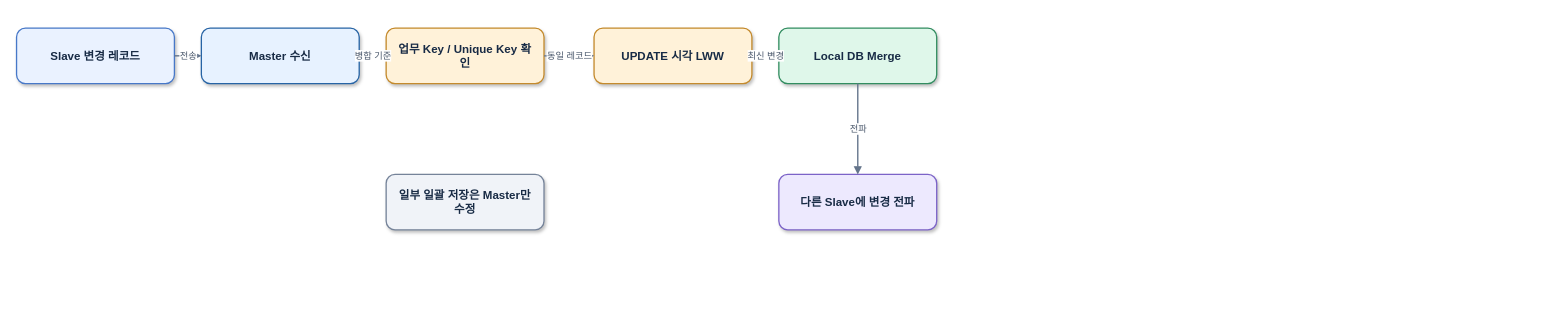
Earlier version of the draw.io diagram diagrams/bluetooth-merge.drawio (kimjihyeon99/engineering-portfolio). Source tidied: cells renumbered, new cells numbered last; positions are measured from the earlier drawing's top-left corner, leaving out a move shared by most shapes. Both pictures are drawn from the tidied source at 77%, with x=0, y=0 at pixel (16, 28).
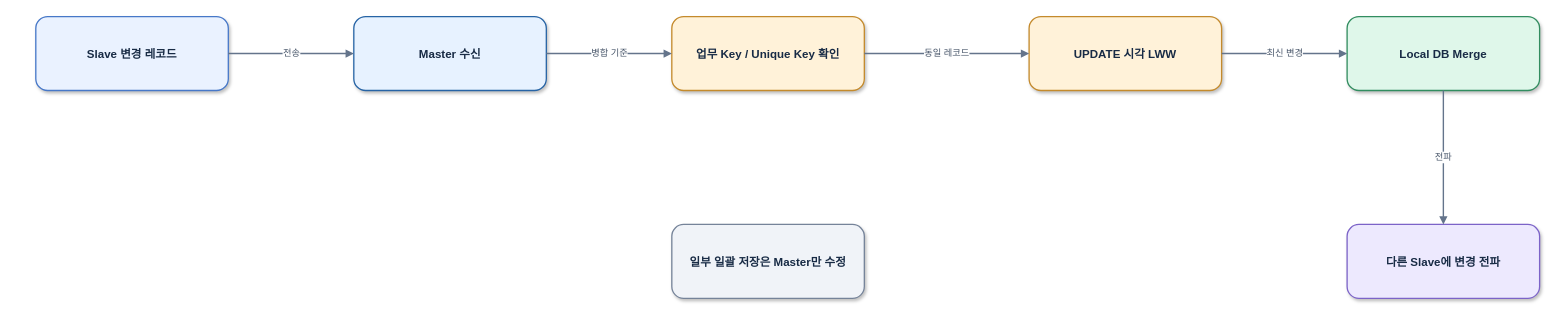
The same page after the edit.

Commit message:
Increase diagram spacing and label clearance

The edit, as a diff of the source:
```diff
@@
 <mxGraphModel>
   <root>
     <mxCell id="0" />
     <mxCell id="1" parent="0" />
     <mxCell id="2" value="Slave 변경 레코드" style="rounded=1;arcSize=16;whiteSpace=wrap;html=1;fillColor=#EAF2FF;strokeColor=#4778C8;strokeWidth=1.7;fontColor=#182B45;fontFamily=Helvetica;fontSize=15;fontStyle=1;align=center;verticalAlign=middle;spacing=12;shadow=1;" parent="1" vertex="1">
-      <mxGeometry width="205" height="72" as="geometry" />
+      <mxGeometry x="25" y="-15" width="250" height="96" as="geometry" />
     </mxCell>
     <mxCell id="3" value="Master 수신" style="rounded=1;arcSize=16;whiteSpace=wrap;html=1;fillColor=#E7F2FF;strokeColor=#2764A5;strokeWidth=1.7;fontColor=#182B45;fontFamily=Helvetica;fontSize=15;fontStyle=1;align=center;verticalAlign=middle;spacing=12;shadow=1;" parent="1" vertex="1">
-      <mxGeometry x="240" width="205" height="72" as="geometry" />
+      <mxGeometry x="438" y="-15" width="250" height="96" as="geometry" />
     </mxCell>
     <mxCell id="4" value="업무 Key / Unique Key 확인" style="rounded=1;arcSize=16;whiteSpace=wrap;html=1;fillColor=#FFF2D9;strokeColor=#C48A2C;strokeWidth=1.7;fontColor=#182B45;fontFamily=Helvetica;fontSize=15;fontStyle=1;align=center;verticalAlign=middle;spacing=12;shadow=1;" parent="1" vertex="1">
-      <mxGeometry x="480" width="205" height="72" as="geometry" />
+      <mxGeometry x="851" y="-15" width="250" height="96" as="geometry" />
     </mxCell>
     <mxCell id="5" value="UPDATE 시각 LWW" style="rounded=1;arcSize=16;whiteSpace=wrap;html=1;fillColor=#FFF2D9;strokeColor=#C48A2C;strokeWidth=1.7;fontColor=#182B45;fontFamily=Helvetica;fontSize=15;fontStyle=1;align=center;verticalAlign=middle;spacing=12;shadow=1;" parent="1" vertex="1">
-      <mxGeometry x="750" width="205" height="72" as="geometry" />
+      <mxGeometry x="1315" y="-15" width="250" height="96" as="geometry" />
     </mxCell>
     <mxCell id="6" value="Local DB Merge" style="rounded=1;arcSize=16;whiteSpace=wrap;html=1;fillColor=#DFF7EA;strokeColor=#328D60;strokeWidth=1.7;fontColor=#182B45;fontFamily=Helvetica;fontSize=15;fontStyle=1;align=center;verticalAlign=middle;spacing=12;shadow=1;" parent="1" vertex="1">
-      <mxGeometry x="990" width="205" height="72" as="geometry" />
+      <mxGeometry x="1728" y="-15" width="250" height="96" as="geometry" />
     </mxCell>
     <mxCell id="7" value="다른 Slave에 변경 전파" style="rounded=1;arcSize=16;whiteSpace=wrap;html=1;fillColor=#EDE9FE;strokeColor=#7C63C8;strokeWidth=1.7;fontColor=#182B45;fontFamily=Helvetica;fontSize=15;fontStyle=1;align=center;verticalAlign=middle;spacing=12;shadow=1;" parent="1" vertex="1">
-      <mxGeometry x="990" y="190" width="205" height="72" as="geometry" />
+      <mxGeometry x="1728" y="255" width="250" height="96" as="geometry" />
     </mxCell>
     <mxCell id="8" value="일부 일괄 저장은 Master만 수정" style="rounded=1;arcSize=16;whiteSpace=wrap;html=1;fillColor=#F0F3F8;strokeColor=#758399;strokeWidth=1.7;fontColor=#182B45;fontFamily=Helvetica;fontSize=15;fontStyle=1;align=center;verticalAlign=middle;spacing=12;shadow=1;" parent="1" vertex="1">
-      <mxGeometry x="480" y="190" width="205" height="72" as="geometry" />
+      <mxGeometry x="851" y="255" width="250" height="96" as="geometry" />
     </mxCell>
-    <mxCell id="9" value="전송" style="edgeStyle=orthogonalEdgeStyle;rounded=1;html=1;endArrow=block;endFill=1;strokeColor=#64748B;strokeWidth=1.8;fontSize=12;fontColor=#475569;labelBackgroundColor=#FFFFFF;" parent="1" edge="1" source="2" target="3">
+    <mxCell id="9" value="전송" style="edgeStyle=orthogonalEdgeStyle;rounded=1;html=1;endArrow=block;endFill=1;strokeColor=#64748B;strokeWidth=1.8;fontSize=12;fontColor=#475569;labelBackgroundColor=#FFFFFF;spacing=10;" parent="1" edge="1" source="2" target="3">
       <mxGeometry relative="1" as="geometry" />
     </mxCell>
-    <mxCell id="10" value="병합 기준" style="edgeStyle=orthogonalEdgeStyle;rounded=1;html=1;endArrow=block;endFill=1;strokeColor=#64748B;strokeWidth=1.8;fontSize=12;fontColor=#475569;labelBackgroundColor=#FFFFFF;" parent="1" edge="1" source="3" target="4">
+    <mxCell id="10" value="병합 기준" style="edgeStyle=orthogonalEdgeStyle;rounded=1;html=1;endArrow=block;endFill=1;strokeColor=#64748B;strokeWidth=1.8;fontSize=12;fontColor=#475569;labelBackgroundColor=#FFFFFF;spacing=10;" parent="1" edge="1" source="3" target="4">
       <mxGeometry relative="1" as="geometry" />
     </mxCell>
-    <mxCell id="11" value="동일 레코드" style="edgeStyle=orthogonalEdgeStyle;rounded=1;html=1;endArrow=block;endFill=1;strokeColor=#64748B;strokeWidth=1.8;fontSize=12;fontColor=#475569;labelBackgroundColor=#FFFFFF;" parent="1" edge="1" source="4" target="5">
+    <mxCell id="11" value="동일 레코드" style="edgeStyle=orthogonalEdgeStyle;rounded=1;html=1;endArrow=block;endFill=1;strokeColor=#64748B;strokeWidth=1.8;fontSize=12;fontColor=#475569;labelBackgroundColor=#FFFFFF;spacing=10;" parent="1" edge="1" source="4" target="5">
       <mxGeometry relative="1" as="geometry" />
     </mxCell>
-    <mxCell id="12" value="최신 변경" style="edgeStyle=orthogonalEdgeStyle;rounded=1;html=1;endArrow=block;endFill=1;strokeColor=#64748B;strokeWidth=1.8;fontSize=12;fontColor=#475569;labelBackgroundColor=#FFFFFF;" parent="1" edge="1" source="5" target="6">
+    <mxCell id="12" value="최신 변경" style="edgeStyle=orthogonalEdgeStyle;rounded=1;html=1;endArrow=block;endFill=1;strokeColor=#64748B;strokeWidth=1.8;fontSize=12;fontColor=#475569;labelBackgroundColor=#FFFFFF;spacing=10;" parent="1" edge="1" source="5" target="6">
       <mxGeometry relative="1" as="geometry" />
     </mxCell>
-    <mxCell id="13" value="전파" style="edgeStyle=orthogonalEdgeStyle;rounded=1;html=1;endArrow=block;endFill=1;strokeColor=#64748B;strokeWidth=1.8;fontSize=12;fontColor=#475569;labelBackgroundColor=#FFFFFF;" parent="1" edge="1" source="6" target="7">
+    <mxCell id="13" value="전파" style="edgeStyle=orthogonalEdgeStyle;rounded=1;html=1;endArrow=block;endFill=1;strokeColor=#64748B;strokeWidth=1.8;fontSize=12;fontColor=#475569;labelBackgroundColor=#FFFFFF;spacing=10;" parent="1" edge="1" source="6" target="7">
       <mxGeometry relative="1" as="geometry" />
     </mxCell>
   </root>
 </mxGraphModel>
```
